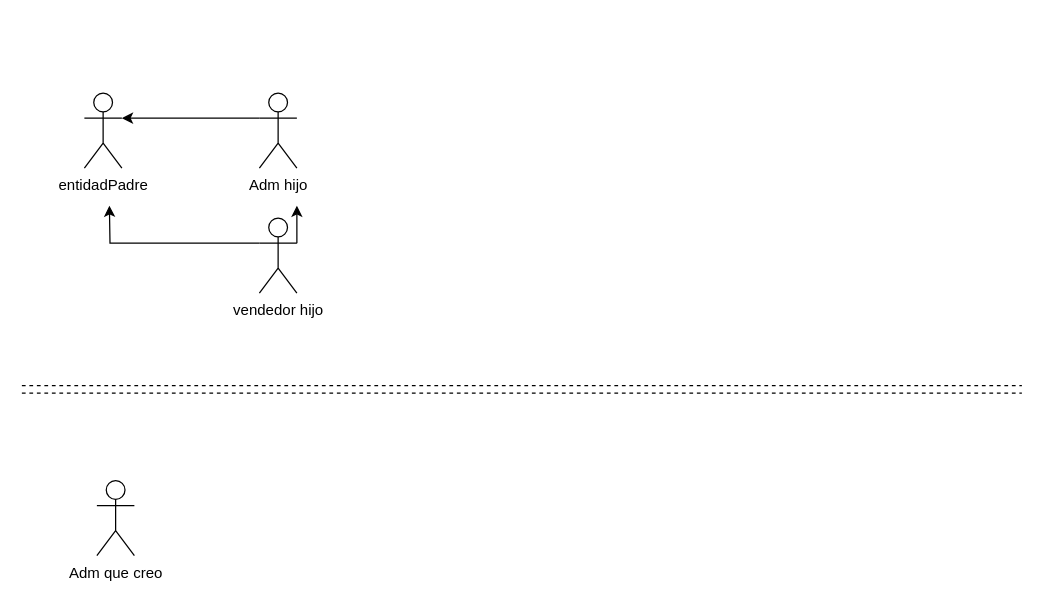
This is jerarquiaAdministradoresparaBorrar.drawio from Qleoz12/DiagramsJPA, a draw.io file, before an edit. Source tidied: cells renumbered, new cells numbered last; positions are measured from the earlier drawing's top-left corner, leaving out a move shared by most shapes. Both pictures are drawn from the tidied source at 125%, with x=0, y=0 at pixel (21, 92).
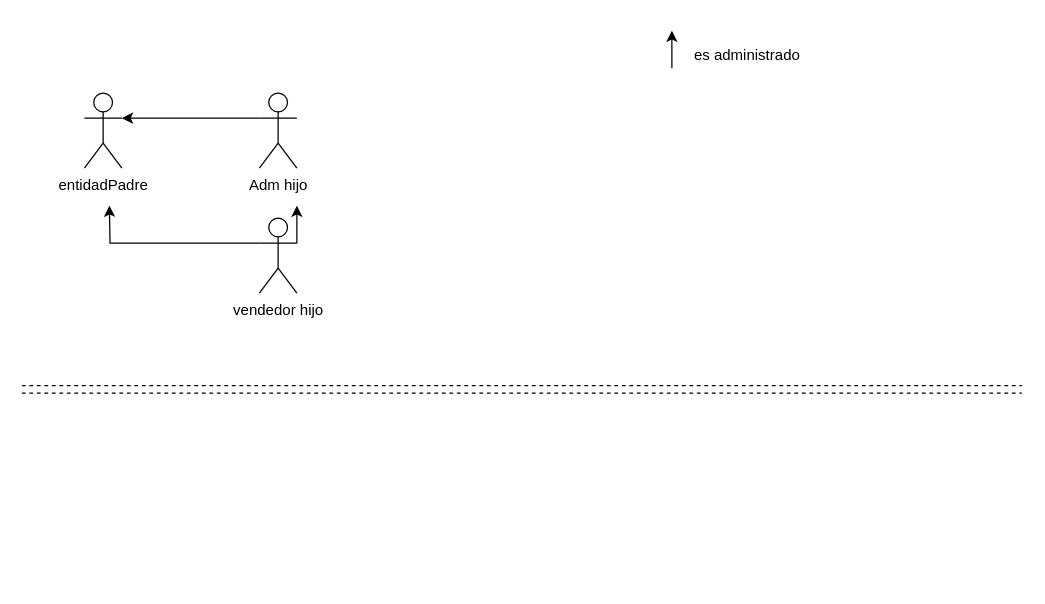
Above is the later version.

Change to the diagram source:
```diff
@@
 <mxGraphModel>
   <root>
     <mxCell id="0" />
     <mxCell id="1" parent="0" />
     <mxCell id="2" value="entidadPadre" style="shape=umlActor;verticalLabelPosition=bottom;labelBackgroundColor=#ffffff;verticalAlign=top;html=1;outlineConnect=0;" parent="1" vertex="1">
       <mxGeometry x="50" width="30" height="60" as="geometry" />
     </mxCell>
-    <mxCell id="3" value="Adm que creo" style="shape=umlActor;verticalLabelPosition=bottom;labelBackgroundColor=#ffffff;verticalAlign=top;html=1;" parent="1" vertex="1">
-      <mxGeometry x="60" y="310" width="30" height="60" as="geometry" />
-    </mxCell>
     <mxCell id="4" style="endArrow=none;dashed=1;html=1;" parent="1" edge="1">
       <mxGeometry relative="1" as="geometry">
         <mxPoint y="240" as="sourcePoint" />
         <mxPoint x="800" y="240" as="targetPoint" />
       </mxGeometry>
     </mxCell>
     <mxCell id="5" style="endArrow=none;dashed=1;html=1;" parent="1" edge="1">
       <mxGeometry relative="1" as="geometry">
         <mxPoint y="234" as="sourcePoint" />
         <mxPoint x="800" y="234" as="targetPoint" />
       </mxGeometry>
     </mxCell>
     <mxCell id="6" style="edgeStyle=orthogonalEdgeStyle;rounded=0;jettySize=auto;html=1;exitX=0;exitY=0.3333333333333333;exitDx=0;exitDy=0;exitPerimeter=0;" parent="1" edge="1" source="8">
       <mxGeometry relative="1" as="geometry">
         <mxPoint x="70" y="90" as="targetPoint" />
       </mxGeometry>
     </mxCell>
     <mxCell id="7" style="edgeStyle=orthogonalEdgeStyle;rounded=0;jettySize=auto;html=1;exitX=1;exitY=0.3333333333333333;exitDx=0;exitDy=0;exitPerimeter=0;" parent="1" edge="1" source="8">
       <mxGeometry relative="1" as="geometry">
         <mxPoint x="220" y="90" as="targetPoint" />
       </mxGeometry>
     </mxCell>
     <mxCell id="8" value="vendedor hijo" style="shape=umlActor;verticalLabelPosition=bottom;labelBackgroundColor=#ffffff;verticalAlign=top;html=1;outlineConnect=0;" parent="1" vertex="1">
       <mxGeometry x="190" y="100" width="30" height="60" as="geometry" />
     </mxCell>
     <mxCell id="9" style="edgeStyle=orthogonalEdgeStyle;rounded=0;jettySize=auto;html=1;exitX=0;exitY=0.3333333333333333;exitDx=0;exitDy=0;exitPerimeter=0;entryX=1;entryY=0.3333333333333333;entryDx=0;entryDy=0;entryPerimeter=0;" parent="1" edge="1" source="10" target="2">
       <mxGeometry relative="1" as="geometry" />
     </mxCell>
     <mxCell id="10" value="Adm hijo" style="shape=umlActor;verticalLabelPosition=bottom;labelBackgroundColor=#ffffff;verticalAlign=top;html=1;outlineConnect=0;" parent="1" vertex="1">
       <mxGeometry x="190" width="30" height="60" as="geometry" />
     </mxCell>
+    <mxCell id="11" style="endArrow=classic;html=1;" parent="1" edge="1">
+      <mxGeometry relative="1" as="geometry">
+        <mxPoint x="520" y="-20" as="sourcePoint" />
+        <mxPoint x="520" y="-50" as="targetPoint" />
+      </mxGeometry>
+    </mxCell>
+    <mxCell id="12" value="es administrado" style="text;html=1;align=center;verticalAlign=middle;" parent="1" vertex="1">
+      <mxGeometry x="530" y="-40" width="100" height="20" as="geometry" />
+    </mxCell>
   </root>
 </mxGraphModel>
```
